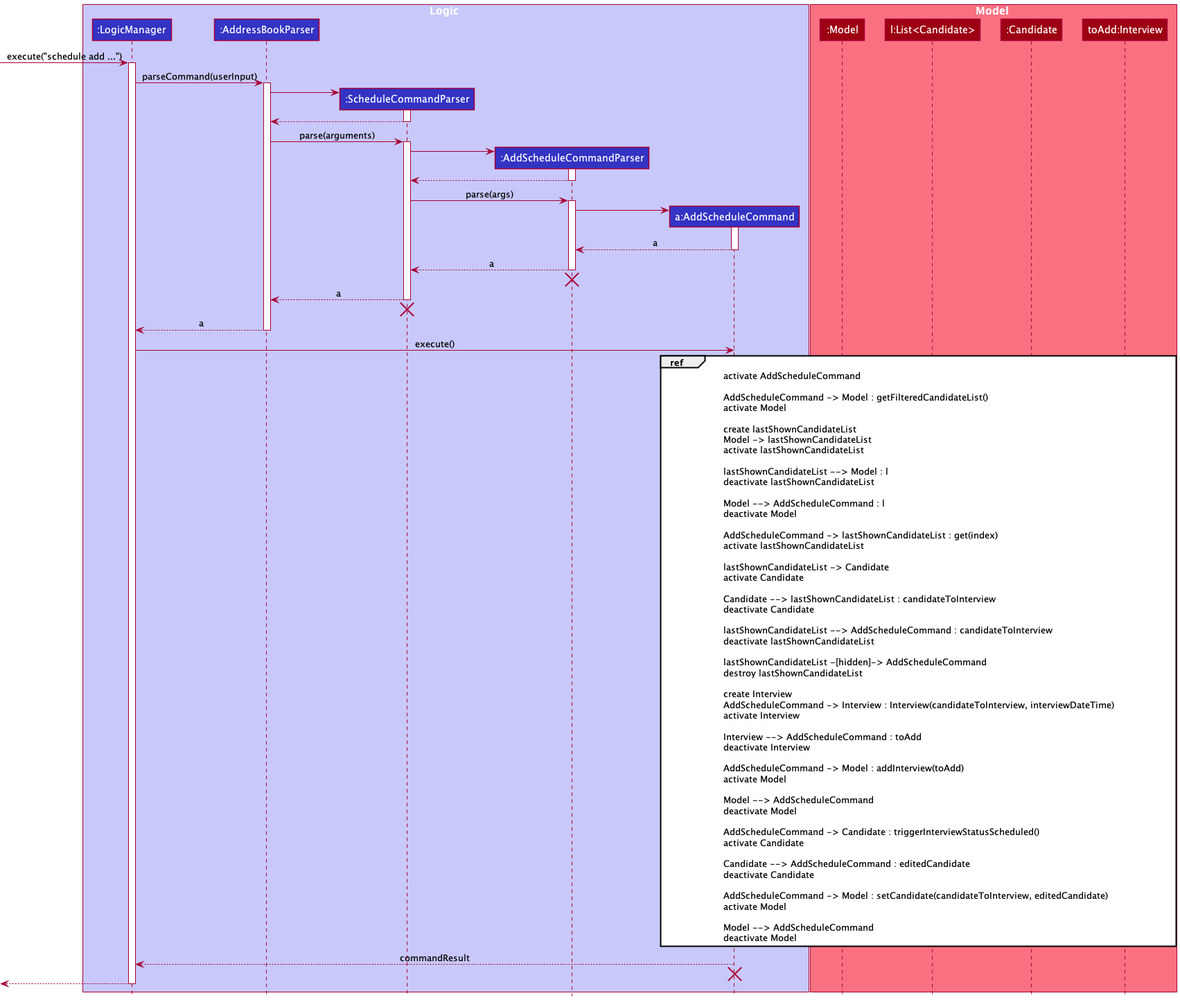
Before: docs/images/AddScheduleSequenceDiagram.png, a diagram exported from PlantUML (nus-cs2103-AY2122S2/tp).
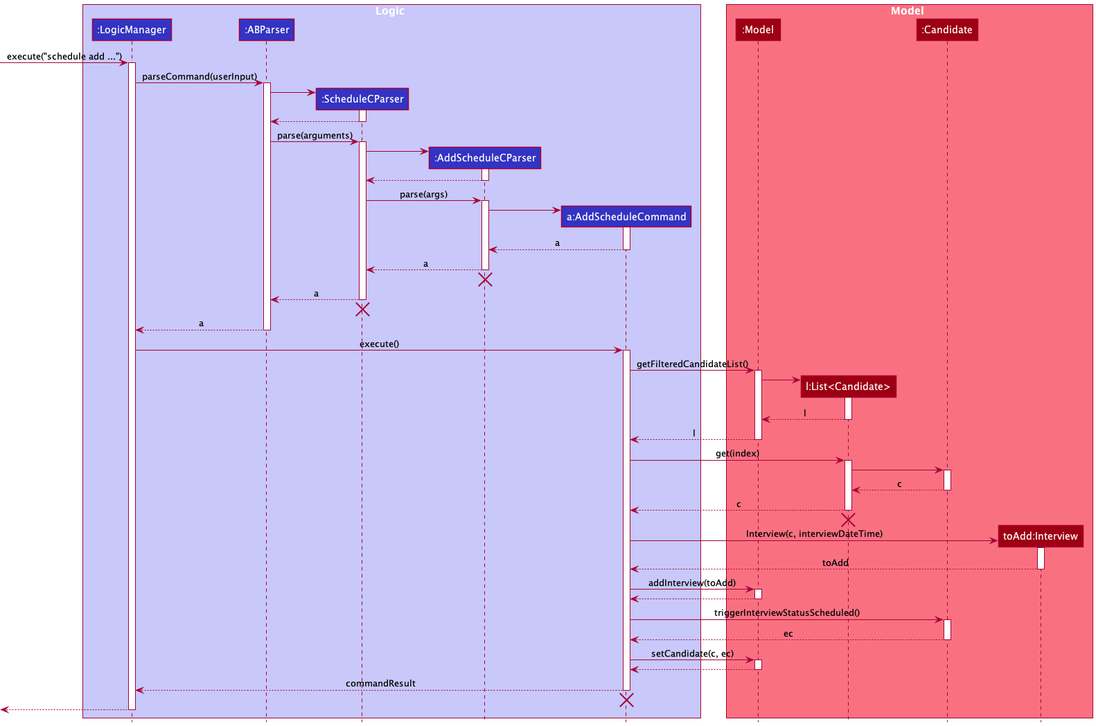
Above is the later version.

Commit message:
Update Sequence Diagram image

What changed in the source:
```diff
@@ -4,9 +4,9 @@
 
 box Logic LOGIC_COLOR_T1
 participant ":LogicManager" as LogicManager LOGIC_COLOR
-participant ":AddressBookParser" as AddressBookParser LOGIC_COLOR
-participant ":ScheduleCommandParser" as ScheduleCommandParser LOGIC_COLOR
-participant ":AddScheduleCommandParser" as AddScheduleCommandParser LOGIC_COLOR
+participant ":ABParser" as AddressBookParser LOGIC_COLOR
+participant ":ScheduleCParser" as ScheduleCommandParser LOGIC_COLOR
+participant ":AddScheduleCParser" as AddScheduleCommandParser LOGIC_COLOR
 participant "a:AddScheduleCommand" as AddScheduleCommand LOGIC_COLOR
 end box
 
@@ -66,7 +66,6 @@
 deactivate AddressBookParser
 
 LogicManager -> AddScheduleCommand : execute()
-ref over AddScheduleCommand, Model, Candidate, Interview
 activate AddScheduleCommand
 
 AddScheduleCommand -> Model : getFilteredCandidateList()
@@ -88,17 +87,17 @@
 lastShownCandidateList -> Candidate
 activate Candidate
 
-Candidate --> lastShownCandidateList : candidateToInterview
+Candidate --> lastShownCandidateList : c
 deactivate Candidate
 
-lastShownCandidateList --> AddScheduleCommand : candidateToInterview
+lastShownCandidateList --> AddScheduleCommand : c
 deactivate lastShownCandidateList
 
 lastShownCandidateList -[hidden]-> AddScheduleCommand
 destroy lastShownCandidateList
 
 create Interview
-AddScheduleCommand -> Interview : Interview(candidateToInterview, interviewDateTime)
+AddScheduleCommand -> Interview : Interview(c, interviewDateTime)
 activate Interview
 
 Interview --> AddScheduleCommand : toAdd
@@ -113,15 +112,14 @@
 AddScheduleCommand -> Candidate : triggerInterviewStatusScheduled()
 activate Candidate
 
-Candidate --> AddScheduleCommand : editedCandidate
+Candidate --> AddScheduleCommand : ec
 deactivate Candidate
 
-AddScheduleCommand -> Model : setCandidate(candidateToInterview, editedCandidate)
+AddScheduleCommand -> Model : setCandidate(c, ec)
 activate Model
 
 Model --> AddScheduleCommand
 deactivate Model
-end ref
 AddScheduleCommand --> LogicManager : commandResult
 deactivate AddScheduleCommand
 
```
